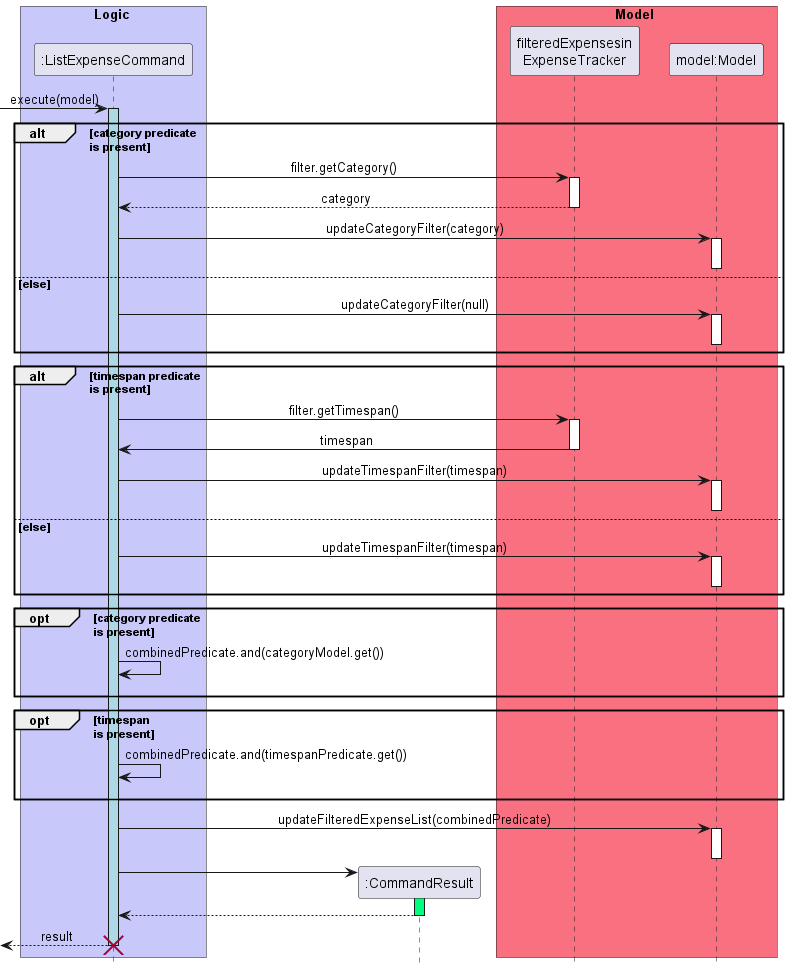
Earlier version of the PlantUML export docs/images/sequence_diagrams/ListExpensesSequenceDiagram.png (nus-cs2103-AY2223S2/tp).
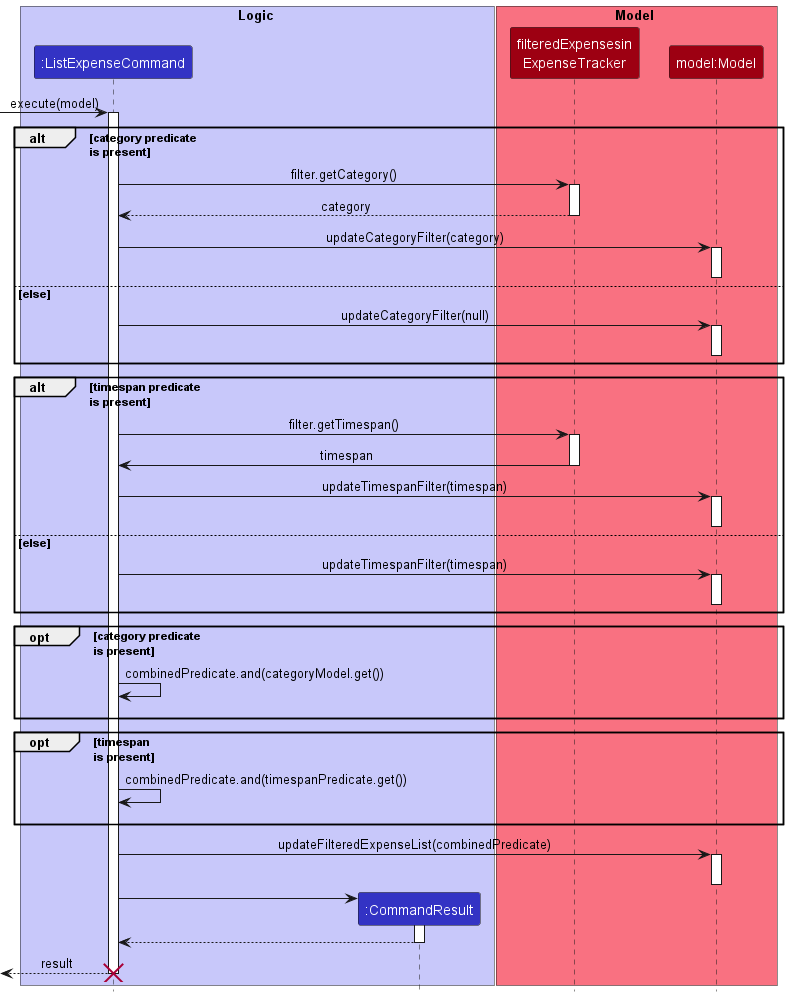
After the change.

Change to the diagram source:
```diff
@@ -1,4 +1,5 @@
 @startuml  ListExpensesSequenceDiagram
+!include ../../style.puml
 
 hide footbox
 skinparam MinClassWidth 50
@@ -8,18 +9,18 @@
 skinparam packageStyle Rectangle
 
 
-box Model #F97181
-participant "model:Model" as Model order 4
-participant "filteredExpensesin\nExpenseTracker" as filterModel order 3
+box Model MODEL_COLOR_T1
+participant "model:Model" as Model order 4 MODEL_COLOR
+participant "filteredExpensesin\nExpenseTracker" as filterModel order 3 MODEL_COLOR
 end box
 
-box Logic #C8C8FA
-participant ":ListExpenseCommand" as ListExpenseCommand  order 1
+box Logic LOGIC_COLOR_T1
+participant ":ListExpenseCommand" as ListExpenseCommand LOGIC_COLOR
+participant ":CommandResult" as CommandResult LOGIC_COLOR
 end box
-participant ":CommandResult" as CommandResult order 2
 
 [-> ListExpenseCommand : execute(model)
-activate ListExpenseCommand #LightBlue
+activate ListExpenseCommand
 alt category predicate \nis present
     ListExpenseCommand -> filterModel : filter.getCategory()
     activate filterModel
@@ -65,7 +66,7 @@
 create CommandResult
 ListExpenseCommand -> CommandResult
 
-activate CommandResult #SpringGreen
+activate CommandResult
 CommandResult --> ListExpenseCommand
 deactivate CommandResult
 [<--ListExpenseCommand : result
```
